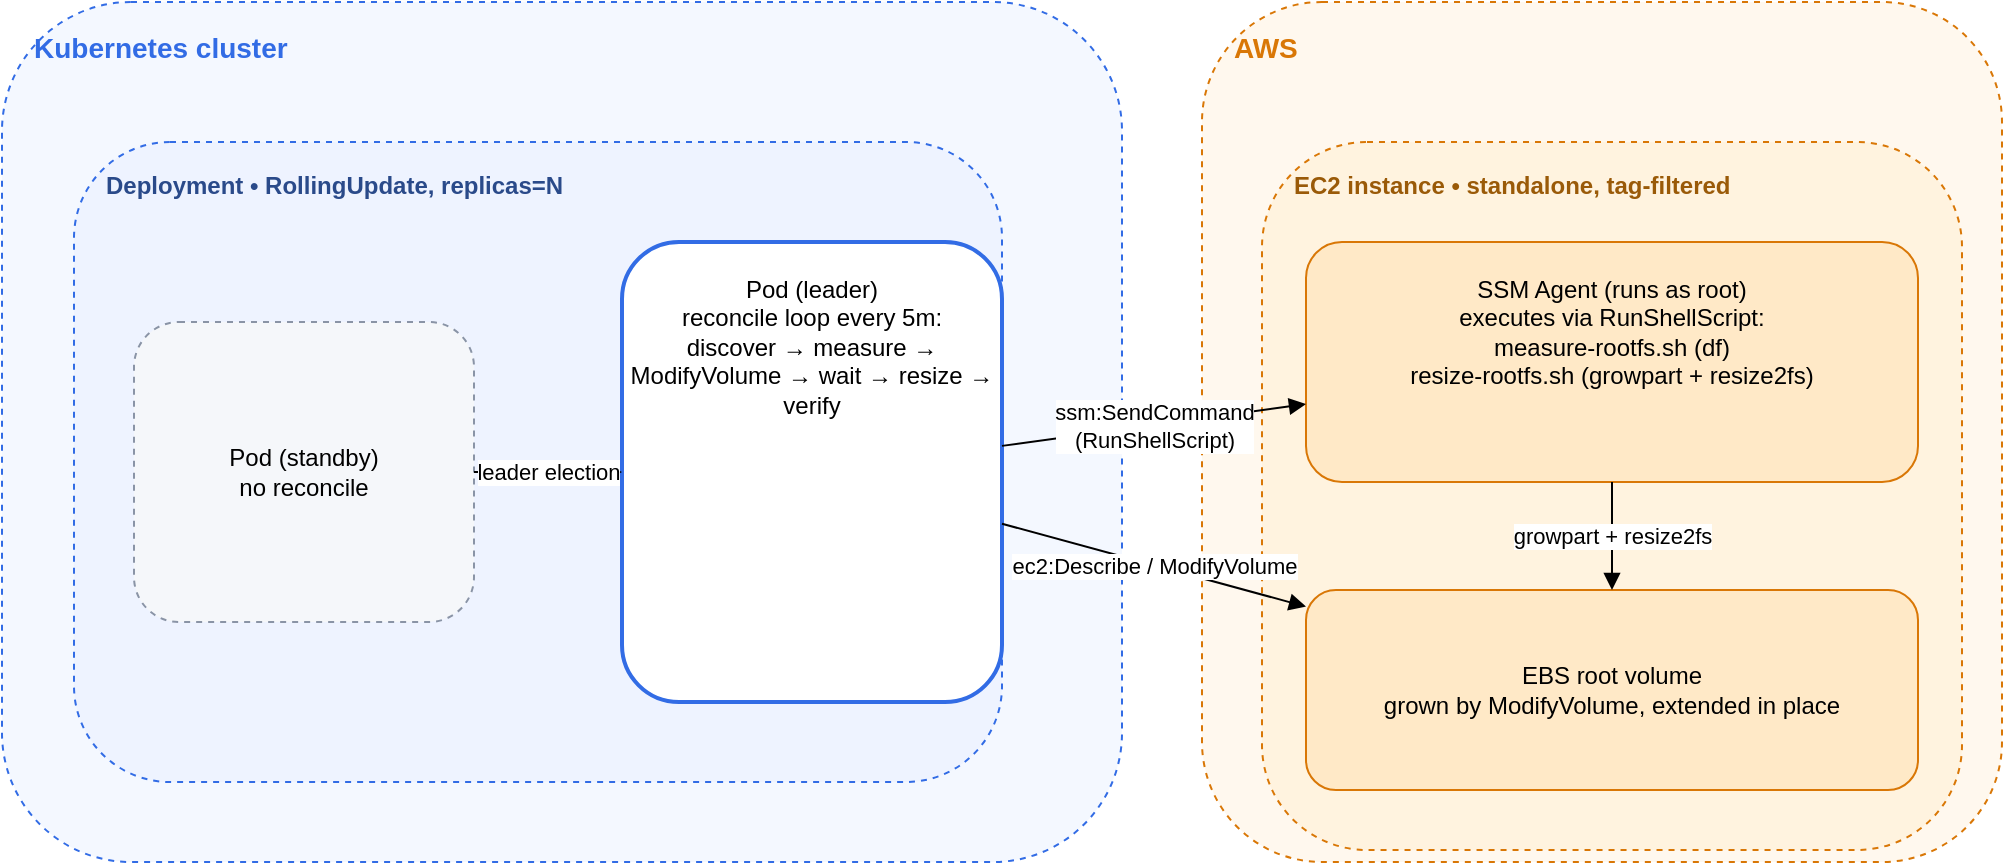
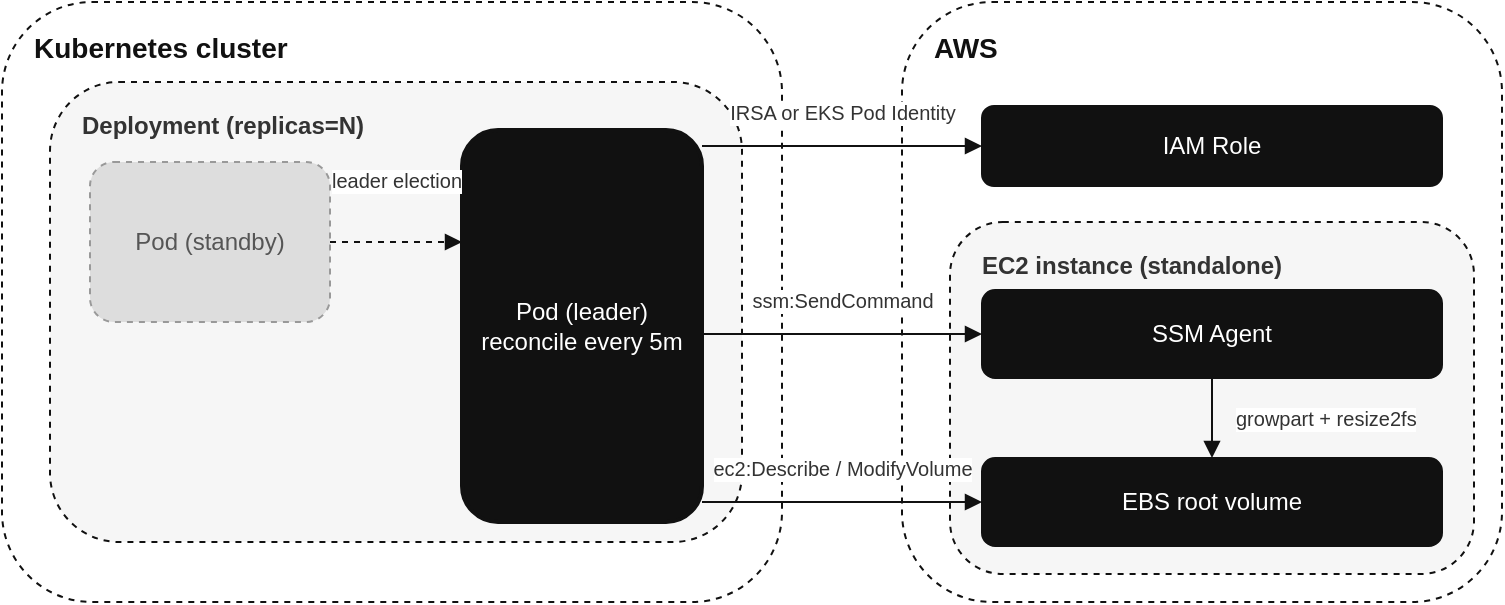
<mxfile host="app.diagrams.net" type="device">
  <diagram name="k8s-mechanism" id="ebs-autoresizer-k8s">
-     <mxGraphModel dx="1040" dy="500" grid="1" gridSize="10" guides="1" tooltips="1" connect="1" arrows="1" fold="1" page="1" pageWidth="1040" pageHeight="500" math="0" shadow="0">
+     <mxGraphModel dx="800" dy="360" grid="1" gridSize="10" guides="1" tooltips="1" connect="1" arrows="1" fold="1" page="1" pageWidth="800" pageHeight="360" math="0" shadow="0" background="#ffffff">
      <root>
        <mxCell id="0"/>
        <mxCell id="1" parent="0"/>

-         <mxCell id="k8s" value="Kubernetes cluster" style="rounded=1;dashed=1;fillColor=#f4f8ff;strokeColor=#326ce5;verticalAlign=top;align=left;spacingLeft=14;spacingTop=8;fontStyle=1;fontSize=14;fontColor=#326ce5;" vertex="1" parent="1">
-           <mxGeometry x="20" y="40" width="560" height="430" as="geometry"/>
+         <mxCell id="k8s" value="Kubernetes cluster" style="rounded=1;dashed=1;fillColor=#ffffff;strokeColor=#111111;verticalAlign=top;align=left;spacingLeft=14;spacingTop=8;fontStyle=1;fontSize=14;fontColor=#111111;" vertex="1" parent="1">
+           <mxGeometry x="20" y="40" width="390" height="300" as="geometry"/>
        </mxCell>
-         <mxCell id="aws" value="AWS" style="rounded=1;dashed=1;fillColor=#fff8ee;strokeColor=#d97706;verticalAlign=top;align=left;spacingLeft=14;spacingTop=8;fontStyle=1;fontSize=14;fontColor=#d97706;" vertex="1" parent="1">
-           <mxGeometry x="620" y="40" width="400" height="430" as="geometry"/>
+         <mxCell id="aws" value="AWS" style="rounded=1;dashed=1;fillColor=#ffffff;strokeColor=#111111;verticalAlign=top;align=left;spacingLeft=14;spacingTop=8;fontStyle=1;fontSize=14;fontColor=#111111;" vertex="1" parent="1">
+           <mxGeometry x="470" y="40" width="300" height="300" as="geometry"/>
        </mxCell>

-         <mxCell id="deploy" value="Deployment  •  RollingUpdate, replicas=N" style="rounded=1;dashed=1;whiteSpace=wrap;html=1;fillColor=#eef3ff;strokeColor=#326ce5;verticalAlign=top;align=left;spacingLeft=14;spacingTop=8;fontStyle=1;fontColor=#2a4a8a;" vertex="1" parent="1">
-           <mxGeometry x="56" y="110" width="464" height="320" as="geometry"/>
+         <mxCell id="deploy" value="Deployment (replicas=N)" style="rounded=1;dashed=1;whiteSpace=wrap;html=1;fillColor=#f6f6f6;strokeColor=#111111;verticalAlign=top;align=left;spacingLeft=14;spacingTop=8;fontStyle=1;fontColor=#333333;" vertex="1" parent="1">
+           <mxGeometry x="44" y="80" width="346" height="230" as="geometry"/>
        </mxCell>
-         <mxCell id="leader" value="Pod (leader)&#10;reconcile loop every 5m:&#10;discover &#8594; measure &#8594; ModifyVolume &#8594; wait &#8594; resize &#8594; verify" style="rounded=1;whiteSpace=wrap;html=1;fillColor=#ffffff;strokeColor=#326ce5;strokeWidth=2;verticalAlign=top;spacingTop=10;" vertex="1" parent="1">
-           <mxGeometry x="330" y="160" width="190" height="230" as="geometry"/>
+         <mxCell id="leader" value="Pod (leader)&#10;reconcile every 5m" style="rounded=1;whiteSpace=wrap;html=1;fillColor=#111111;strokeColor=#111111;strokeWidth=2;fontColor=#ffffff;" vertex="1" parent="1">
+           <mxGeometry x="250" y="104" width="120" height="196" as="geometry"/>
        </mxCell>
-         <mxCell id="standby" value="Pod (standby)&#10;no reconcile" style="rounded=1;whiteSpace=wrap;html=1;dashed=1;fillColor=#f5f7fa;strokeColor=#8a94a6;" vertex="1" parent="1">
-           <mxGeometry x="86" y="200" width="170" height="150" as="geometry"/>
+         <mxCell id="standby" value="Pod (standby)" style="rounded=1;whiteSpace=wrap;html=1;dashed=1;fillColor=#dddddd;strokeColor=#999999;fontColor=#555555;" vertex="1" parent="1">
+           <mxGeometry x="64" y="120" width="120" height="80" as="geometry"/>
        </mxCell>

-         <mxCell id="ec2" value="EC2 instance  •  standalone, tag-filtered" style="rounded=1;dashed=1;whiteSpace=wrap;html=1;fillColor=#fff3df;strokeColor=#d97706;verticalAlign=top;align=left;spacingLeft=14;spacingTop=8;fontStyle=1;fontColor=#9a5a08;" vertex="1" parent="1">
-           <mxGeometry x="650" y="110" width="350" height="354" as="geometry"/>
+         <mxCell id="iam" value="IAM Role" style="rounded=1;whiteSpace=wrap;html=1;fillColor=#111111;strokeColor=#111111;fontColor=#ffffff;" vertex="1" parent="1">
+           <mxGeometry x="510" y="92" width="230" height="40" as="geometry"/>
        </mxCell>
-         <mxCell id="ssm" value="SSM Agent (runs as root)&#10;executes via RunShellScript:&#10;measure-rootfs.sh  (df)&#10;resize-rootfs.sh  (growpart + resize2fs)" style="rounded=1;whiteSpace=wrap;html=1;fillColor=#ffe9c7;strokeColor=#d97706;verticalAlign=top;spacingTop=10;" vertex="1" parent="1">
-           <mxGeometry x="672" y="160" width="306" height="120" as="geometry"/>
+         <mxCell id="ec2" value="EC2 instance (standalone)" style="rounded=1;dashed=1;whiteSpace=wrap;html=1;fillColor=#f6f6f6;strokeColor=#111111;verticalAlign=top;align=left;spacingLeft=14;spacingTop=8;fontStyle=1;fontColor=#333333;" vertex="1" parent="1">
+           <mxGeometry x="494" y="150" width="262" height="176" as="geometry"/>
        </mxCell>
-         <mxCell id="ebs" value="EBS root volume&#10;grown by ModifyVolume, extended in place" style="rounded=1;whiteSpace=wrap;html=1;fillColor=#ffe9c7;strokeColor=#d97706;" vertex="1" parent="1">
-           <mxGeometry x="672" y="334" width="306" height="100" as="geometry"/>
+         <mxCell id="ssm" value="SSM Agent" style="rounded=1;whiteSpace=wrap;html=1;fillColor=#111111;strokeColor=#111111;fontColor=#ffffff;" vertex="1" parent="1">
+           <mxGeometry x="510" y="184" width="230" height="44" as="geometry"/>
+         </mxCell>
+         <mxCell id="ebs" value="EBS root volume" style="rounded=1;whiteSpace=wrap;html=1;fillColor=#111111;strokeColor=#111111;fontColor=#ffffff;" vertex="1" parent="1">
+           <mxGeometry x="510" y="268" width="230" height="44" as="geometry"/>
        </mxCell>

-         <mxCell id="e1" value="leader election" style="endArrow=block;html=1;dashed=1;fontSize=11;" edge="1" parent="1" source="standby" target="leader"><mxGeometry relative="1" as="geometry"/></mxCell>
-         <mxCell id="e2" value="ssm:SendCommand&#10;(RunShellScript)" style="endArrow=block;html=1;fontSize=11;" edge="1" parent="1" source="leader" target="ssm"><mxGeometry relative="1" as="geometry"/></mxCell>
-         <mxCell id="e3" value="ec2:Describe / ModifyVolume" style="endArrow=block;html=1;fontSize=11;" edge="1" parent="1" source="leader" target="ebs"><mxGeometry relative="1" as="geometry"/></mxCell>
-         <mxCell id="e4" value="growpart + resize2fs" style="endArrow=block;html=1;fontSize=11;" edge="1" parent="1" source="ssm" target="ebs"><mxGeometry relative="1" as="geometry"/></mxCell>
+         <mxCell id="e1" value="leader election" style="edgeStyle=orthogonalEdgeStyle;rounded=0;endArrow=block;html=1;dashed=1;fontSize=10;strokeColor=#111111;fontColor=#333333;labelBackgroundColor=#ffffff;verticalAlign=bottom;exitX=1;exitY=0.5;exitDx=0;exitDy=0;entryX=0;entryY=0.2857;entryDx=0;entryDy=0;" edge="1" parent="1" source="standby" target="leader"><mxGeometry relative="1" as="geometry"><mxPoint x="0" y="-22" as="offset"/></mxGeometry></mxCell>
+         <mxCell id="e0" value="IRSA or EKS Pod Identity" style="edgeStyle=orthogonalEdgeStyle;rounded=0;endArrow=block;html=1;fontSize=10;strokeColor=#111111;fontColor=#333333;labelBackgroundColor=#ffffff;verticalAlign=bottom;exitX=1;exitY=0.0408;exitDx=0;exitDy=0;entryX=0;entryY=0.5;entryDx=0;entryDy=0;" edge="1" parent="1" source="leader" target="iam"><mxGeometry relative="1" as="geometry"><mxPoint x="0" y="-8" as="offset"/></mxGeometry></mxCell>
+         <mxCell id="e2" value="ssm:SendCommand" style="edgeStyle=orthogonalEdgeStyle;rounded=0;endArrow=block;html=1;fontSize=10;strokeColor=#111111;fontColor=#333333;labelBackgroundColor=#ffffff;verticalAlign=bottom;exitX=1;exitY=0.5204;exitDx=0;exitDy=0;entryX=0;entryY=0.5;entryDx=0;entryDy=0;" edge="1" parent="1" source="leader" target="ssm"><mxGeometry relative="1" as="geometry"><mxPoint x="0" y="-8" as="offset"/></mxGeometry></mxCell>
+         <mxCell id="e3" value="ec2:Describe / ModifyVolume" style="edgeStyle=orthogonalEdgeStyle;rounded=0;endArrow=block;html=1;fontSize=10;strokeColor=#111111;fontColor=#333333;labelBackgroundColor=#ffffff;verticalAlign=bottom;exitX=1;exitY=0.949;exitDx=0;exitDy=0;entryX=0;entryY=0.5;entryDx=0;entryDy=0;" edge="1" parent="1" source="leader" target="ebs"><mxGeometry relative="1" as="geometry"><mxPoint x="0" y="-8" as="offset"/></mxGeometry></mxCell>
+         <mxCell id="e4" value="growpart + resize2fs" style="edgeStyle=orthogonalEdgeStyle;rounded=0;endArrow=block;html=1;fontSize=10;strokeColor=#111111;fontColor=#333333;labelBackgroundColor=#ffffff;align=left;exitX=0.5;exitY=1;exitDx=0;exitDy=0;entryX=0.5;entryY=0;entryDx=0;entryDy=0;" edge="1" parent="1" source="ssm" target="ebs"><mxGeometry relative="1" as="geometry"><mxPoint x="10" y="0" as="offset"/></mxGeometry></mxCell>
      </root>
    </mxGraphModel>
  </diagram>
</mxfile>
